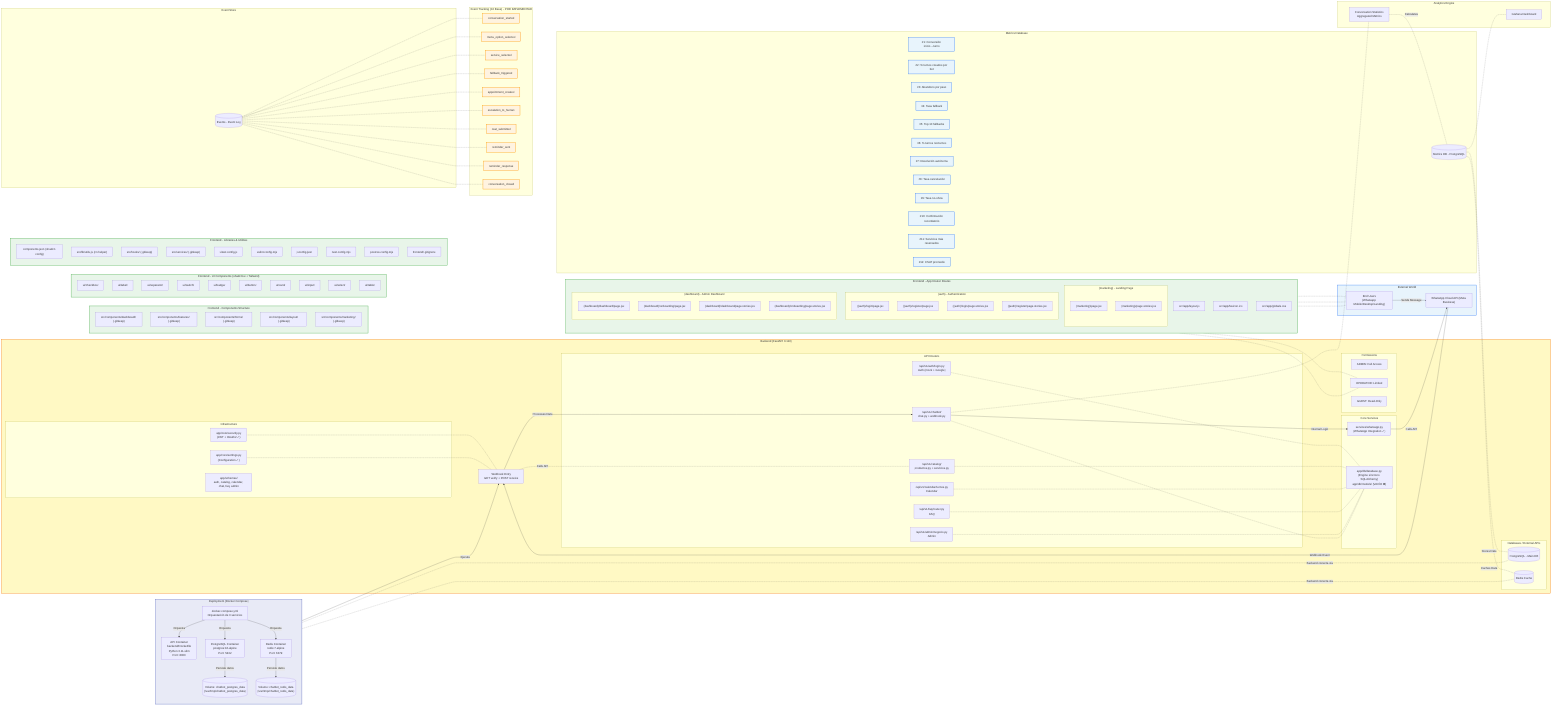
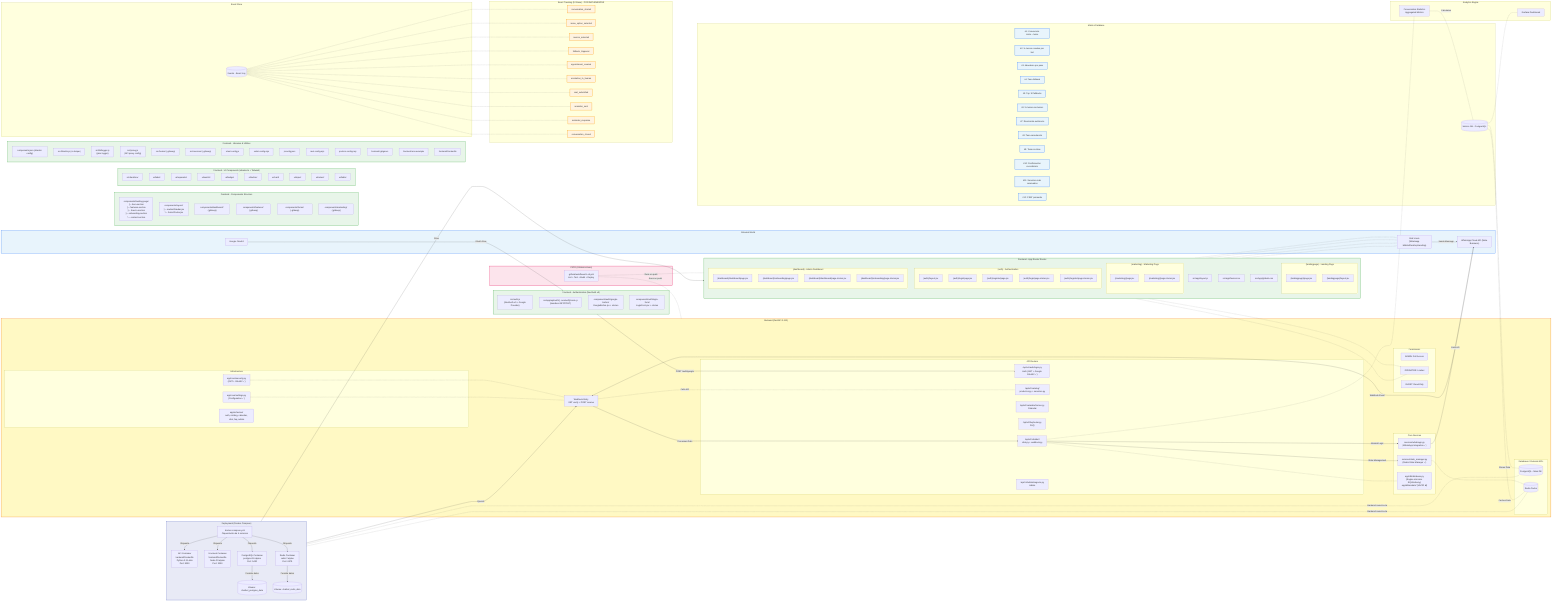
flowchart LR
    %% ============================
-     %% DIAGRAMA UNIFICADO V1.0
+     %% DIAGRAMA UNIFICADO V2.0
    %% chatbot-comercial - Full Stack Integration
    %% Stack: Next.js 16 + FastAPI 0.110 + WhatsApp Cloud API
+     %% Última actualización: 8 de julio 2026
+     %% Refleja PRs #48, #49, #50 (Google Auth + CI/CD + Landing Page)
    %% ============================

    subgraph ExternalWorld["External World"]
        Meta["WhatsApp Cloud API (Meta Business)"]
        Users["End Users<br/>(Whatsapp Mobile/Desktop/Landing)"]
+         GoogleAuth["Google OAuth2"]
    end

    style ExternalWorld fill:#e8f4fc,stroke:#3b82f6,stroke-width:2px

    %% ============================
    %% FRONTEND: chatbot-comercial
    %% Stack: Next.js 16 + React 19 + TailwindCSS 4 + shadcn/ui
    %% ============================

    subgraph FrontendApp["Frontend - App Router Routes"]
        direction TB

        Layout["src/app/layout.js"]:::done

-         subgraph "(marketing) - Landing Page"
+         subgraph "(landingpage) - Landing Page"
+             LandingPage["(landingpage)/page.jsx"]:::done
+             LandingLayout["(landingpage)/layout.jsx"]:::done
+         end
+ 
+         subgraph "(marketing) - Marketing Page"
            MarketingPage["(marketing)/page.jsx"]:::done
            MarketingPageStory["(marketing)/page.stories.jsx"]:::done
        end

        subgraph "(auth) - Authentication"
            direction TB
-             LoginPage["((auth)/login/page.jsx"]:::done
-             RegisterPage["((auth)/register/page.jsx"]:::done
- 
-             LoginPageStory["((auth)/login/page.stories.jsx"]:::done
-             RegisterPageStory["((auth)/register/page.stories.jsx"]:::done
+             AuthLayout["(auth)/layout.jsx"]:::done
+             LoginPage["(auth)/login/page.jsx"]:::done
+             RegisterPage["(auth)/register/page.jsx"]:::done
+ 
+             LoginPageStory["(auth)/login/page.stories.jsx"]:::done
+             RegisterPageStory["(auth)/register/page.stories.jsx"]:::done
        end

        subgraph "(dashboard) - Admin Dashboard"
            direction TB
            DashboardPage["(dashboard)/dashboard/page.jsx"]:::done
            OnboardingPage["(dashboard)/onboarding/page.jsx"]:::done

            DashboardPageStory["(dashboard)/dashboard/page.stories.jsx"]:::done
            OnboardingPageStory["(dashboard)/onboarding/page.stories.jsx"]:::done
        end

        Icons["src/app/favicon.ico"]:::done
        GlobalStyles["src/app/globals.css"]:::done
    end

    style FrontendApp fill:#e8f5e9,stroke:#4caf50,stroke-width:2px

+     subgraph FrontendAuth["Frontend - Authentication (NextAuth v5)"]
+         direction TB
+ 
+         AuthConfig["src/auth.js<br/>(NextAuth v5 + Google Provider)"]:::done
+         AuthRoute["src/app/api/auth/[...nextauth]/route.js<br/>(handlers GET/POST)"]:::done
+ 
+         GoogleBtn["components/auth/google-button/<br/>GoogleButton.jsx + stories"]:::done
+         LoginForm["components/auth/login-form/<br/>LoginForm.jsx + stories"]:::done
+     end
+ 
+     style FrontendAuth fill:#e8f5e9,stroke:#4caf50,stroke-width:2px
+ 
    subgraph FrontendComponents["Frontend - Components Structure"]
        direction TB

-         DashboardComp["src/components/dashboard/ (.gitkeep)"]:::placeholder
-         FeaturesComp["src/components/features/ (.gitkeep)"]:::placeholder
-         FormComp["src/components/forms/ (.gitkeep)"]:::placeholder
-         LayoutComp["src/components/layout/ (.gitkeep)"]:::placeholder
-         MarketingComp["src/components/marketing/ (.gitkeep)"]:::placeholder
+         LandingComponents["components/landing-page/<br/>├─ hero-section<br/>├─ features-section<br/>├─ how-to-section<br/>├─ onboarding-section<br/>└─ contact-section"]:::done
+ 
+         LayoutComponents["components/layout/<br/>├─ navbar/Navbar.jsx<br/>└─ footer/Footer.jsx"]:::done
+ 
+         DashboardComp["components/dashboard/ (.gitkeep)"]:::placeholder
+         FeaturesComp["components/features/ (.gitkeep)"]:::placeholder
+         FormComp["components/forms/ (.gitkeep)"]:::placeholder
+         MarketingComp["components/marketing/ (.gitkeep)"]:::placeholder
    end

    style FrontendComponents fill:#e8f5e9,stroke:#4caf50,stroke-width:2px

    subgraph FrontendUI["Frontend - UI Components (shadcn/ui + Tailwind)"]
        direction TB

        Checkbox["ui/checkbox/"]:::done
        Label["ui/label/"]:::done
        Separator["ui/separator/"]:::done
        Switch["ui/switch/"]:::done
        Badge["ui/badge/"]:::done
        Button["ui/button/"]:::done
        Card["ui/card/"]:::done
        Input["ui/input/"]:::done
        Select["ui/select/"]:::done
        Table["ui/table/"]:::done
    end

    style FrontendUI fill:#e8f5e9,stroke:#4caf50,stroke-width:2px

    subgraph FrontendLib["Frontend - Libraries & Utilities"]
        ComponentsJSON["components.json (shadcn config)"]:::done
        Utils["src/lib/utils.js (cn helper)"]:::done
+         Logger["src/lib/logger.js<br/>(pino logger)"]:::done
+         Proxy["src/proxy.js<br/>(API proxy config)"]:::done
        Hooks["src/hooks/ (.gitkeep)"]:::placeholder
        Services["src/services/ (.gitkeep)"]:::placeholder
        Vitest["vitest.config.js"]:::done
        ESLint["eslint.config.mjs"]:::done
        JSConfig["jsconfig.json"]:::done
        NextConfig["next.config.mjs"]:::done
        PostCSS["postcss.config.mjs"]:::done
        GitIgnore["frontend/.gitignore"]:::done
+         EnvExample["frontend/.env.example"]:::done
+         DockerfileFront["frontend/Dockerfile"]:::done
    end

    style FrontendLib fill:#e8f5e9,stroke:#4caf50,stroke-width:2px

    %% ============================
    %% BACKEND Application (FastAPI)
    %% ============================

    subgraph BE["Backend (FastAPI 0.110)"]
        subgraph "API Routers"
-             Auth["/api/v1/auth/login.py<br/>Auth (mock + Google)"]
+             Auth["/api/v1/auth/login.py<br/>Auth (JWT + Google OAuth2 ✓)"]
            Catalog["/api/v1/catalog/<br/>productos.py + servicios.py"]
            Calendar["/api/v1/calendar/turnos.py<br/>Calendar"]
            FAQ["/api/v1/faq/router.py<br/>FAQ"]
            ChatbotRouter["/api/v1/chatbot/<br/>chat.py + webhook.py"]
            Admin["/api/v1/admin/negocio.py<br/>Admin"]
        end

        Webhook["Webhook Entry<br/>GET verify + POST receive"]

        subgraph "Core Services"
            WhatsAppService["services/whatsapp.py<br/>(WhatsApp Integration ✓)"]
+             StateManager["services/state_manager.py<br/>(Redis State Manager ✓)"]
            DB_Logic["app/db/database.py<br/>(Engine síncrono SQLAlchemy)<br/>app/db/models/ (VACÍO ❌)"]
        end

        subgraph "Infrastructure"
            Settings["app/core/settings.py<br/>(Configuration ✓)"]
            Security["app/core/security.py<br/>(JWT + OAuth2 ✓)"]
            Schemas["app/schemas/<br/>auth, catalog, calendar, chat, faq, admin"]
        end

        subgraph "Databases / External APIs"
            PG[(PostgreSQL - Main DB)]
            Redis[(Redis Cache)]
        end

        subgraph "Permissions"
            AdminRole["ADMIN: Full Access"]
            OperatorRole["OPERATOR: Limited"]
            GuestRole["GUEST: Read-Only"]
        end
    end

    style BE fill:#fff9c4,stroke:#f57f17,stroke-width:2px

    %% ============================
+     %% CI/CD Pipeline
+     %% ============================
+ 
+     subgraph CICD["CI/CD (GitHub Actions)"]
+         CIWorkflow[".github/workflows/ci-cd.yml<br/>Lint + Test + Build + Deploy"]:::done
+     end
+ 
+     style CICD fill:#fce4ec,stroke:#e91e63,stroke-width:2px
+ 
+     %% ============================
    %% DEPLOYMENT - Docker Compose
    %% ============================

    subgraph DockerDeploy["Deployment (Docker Compose)"]
        direction TB

-         DockerCompose["docker-compose.yml<br/>Orquestación de 3 servicios"]
+         DockerCompose["docker-compose.yml<br/>Orquestación de 4 servicios"]

        APIContainer["API Container<br/>backend/Dockerfile<br/>Python 3.11-slim<br/>Port: 8000"]
+         FrontContainer["Frontend Container<br/>frontend/Dockerfile<br/>Node 22-alpine<br/>Port: 3000"]
        DBContainer["PostgreSQL Container<br/>postgres:16-alpine<br/>Port: 5432"]
        RedisContainer["Redis Container<br/>redis:7-alpine<br/>Port: 6379"]

-         DBVolumen[("Volume: chatbot_postgres_data<br/>(/var/tmp/chatbot_postgres_data)")]
-         RedisVolumen[("Volume: chatbot_redis_data<br/>(/var/tmp/chatbot_redis_data)")]
+         DBVolumen[("Volume: chatbot_postgres_data")]
+         RedisVolumen[("Volume: chatbot_redis_data")]
    end

    style DockerDeploy fill:#e8eaf6,stroke:#5c6bc0,stroke-width:2px

    %% ============================
    %% EVENT TRACKING POINTS (10 BASE - Estándar del Proyecto)
    %% ============================

    subgraph EventTracking["Event Tracking (10 Base) - POR IMPLEMENTAR"]
        ConvStarted["conversation_started"]:::event
        MenuOption["menu_option_selected"]:::event
        ServiceSel["service_selected"]:::event
        FallbackTrig["fallback_triggered"]:::event
        AppointmentCreated["appointment_created"]:::event
        Escalation["escalation_to_human"]:::event
        CSAT["csat_submitted"]:::event
        ReminderSent["reminder_sent"]:::event
        ReminderResp["reminder_response"]:::event
        ConvClosed["conversation_closed"]:::event
    end

    classDef event fill:#fff3e0,stroke:#ff9800,stroke-width:2px;

    %% ============================
    %% MÉTRICAS CRÍTICAS (12 Total)
    %% ============================

    subgraph "Metrics Database"
        MetricsDB[(Metrics DB - PostgreSQL)]

        ConvRate["#1: Conversión inicio→turno"]:::metric
        PctBotTurnos["#2: % turnos creados por bot"]:::metric
        AbandonoRate["#3: Abandono por paso"]:::metric
        FallbackRate["#4: Tasa fallback"]:::metric
        TopFallbacks["#5: Top 10 fallbacks"]:::metric
        NocturnoPct["#6: % turnos nocturnos"]:::metric
        ResolucionRate["#7: Resolución autónoma"]:::metric
        CancelRate["#8: Tasa cancelación"]:::metric
        NoShowRate["#9: Tasa no-show"]:::metric
        ConfirmRate["#10: Confirmación recordatorio"]:::metric
        TopServicios["#11: Servicios más reservados"]:::metric
        CSATAvg["#12: CSAT promedio"]:::metric
    end

    classDef metric fill:#e8f4fc,stroke:#3b82f6,stroke-width:2px;

    %% ============================
    %% DASHBOARD & REPORTING
    %% ============================

    subgraph "Analytics Engine"
        Grafana["Grafana Dashboard"]
        Stats["Conversation Statistics<br/>Aggregated Metrics"]
    end

    subgraph "Event Store"
        Events[(Events - Event Log)]
    end


    %% ============================
    %% CONEXIONES - Leyenda: --> = implementado | -.- = pendiente
    %% ============================

    Users -->|Sends Message| Meta
-     MarketingPage -.- Users
+     LandingPage & MarketingPage -.- Users
+     GoogleAuth -->|OAuth Flow| AuthConfig
+     AuthConfig -->|POST /auth/google| Auth
    LoginPage & RegisterPage -.- Users
    DashboardPage & OnboardingPage -.- OperatorRole

    Meta -->|Webhook Event| Webhook
    Webhook -->|Processes Data| ChatbotRouter
    Webhook -.-|Calls API| Catalog
-     Auth & Catalog & Calendar & FAQ & Admin -.- DB_Logic

    ChatbotRouter -->|Internal Logic| WhatsAppService
+     ChatbotRouter -->|State Management| StateManager
    WhatsAppService -->|Calls API| Meta

    ChatbotRouter -.- DB_Logic
+     StateManager -.- Redis
    Security -.- Webhook
    Settings -.- Webhook

    %% ============================
+     %% CI/CD CONNECTIONS
+     %% ============================
+ 
+     CIWorkflow -.-|Runs on push| FrontendApp
+     CIWorkflow -.-|Runs on push| BE
+ 
+     %% ============================
    %% DEPLOYMENT CONNECTIONS
    %% ============================

    DockerCompose -->|Orquesta| APIContainer
+     DockerCompose -->|Orquesta| FrontContainer
    DockerCompose -->|Orquesta| DBContainer
    DockerCompose -->|Orquesta| RedisContainer

    APIContainer -->|Ejecuta| Webhook
+     FrontContainer -->|Sirve| FrontendApp
    DBContainer -->|Persiste datos| DBVolumen
    RedisContainer -->|Persiste datos| RedisVolumen

    DBContainer -.-|Backend conecta vía| PG
    RedisContainer -.-|Backend conecta vía| Redis

    %% ============================
    %% INTEGRACIÓN DE EVENTOS EN METRICS DB
    %% ============================

    Events -.- ConvStarted
    Events -.- MenuOption
    Events -.- ServiceSel
    Events -.- FallbackTrig
    Events -.- AppointmentCreated
    Events -.- Escalation
    Events -.- CSAT
    Events -.- ReminderSent
    Events -.- ReminderResp
    Events -.- ConvClosed

    %% ============================
    %% CÁLCULO DE MÉTRICAS
    %% ============================

    ChatbotRouter -.- Stats
    Stats -.-|Calculates| MetricsDB

    ConvRate ~~~ Stats
    PctBotTurnos ~~~ Stats
    AbandonoRate ~~~ Stats
    FallbackRate ~~~ Stats
    TopFallbacks ~~~ Stats
    NocturnoPct ~~~ Stats
    ResolucionRate ~~~ Stats
    CancelRate ~~~ Stats
    NoShowRate ~~~ Stats
    ConfirmRate ~~~ Stats
    TopServicios ~~~ Stats
    CSATAvg ~~~ Stats

    %% ============================
    %% PERSISTENCIA Y VISUALIZACIÓN
    %% ============================

    MetricsDB -.- Grafana

    MetricsDB -.-|Stores Data| PG
-     MetricsDB -.-|Caches Data| Redis
+     MetricsDB -.-|Caches Data| Redis